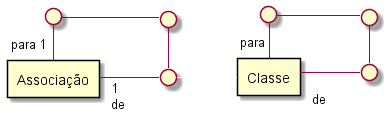
kyriosdata/oo keeps this PlantUML diagram as Imagens/modelos-07/mod07ima20/mod07ima20.png. Above is the earlier version. Source of this version:
```plantuml
@startuml mod07ima20
skinparam linetype ortho
rectangle "Associação" as ass
circle " " as p1
circle " " as p2
circle " " as p3
left to right direction

ass "para 1"-left- p1
p1 -down- p2
p2 -right- p3
p3 -up-" 1 \n de" ass

rectangle "Classe" as cl
circle " " as p4
circle " " as p5
circle " " as p6
left to right direction

cl "para"-left- p4
p4 -down- p5
p5 -right- p6
p6 -up-" \n de" cl

p3 -[#White]- cl
@enduml
```
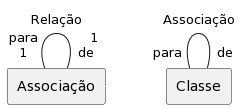
Above is the later version.

Change to the diagram source:
```diff
@@ -1,26 +1,9 @@
-@startuml mod07ima20
-skinparam linetype ortho
+@startuml
 rectangle "Associação" as ass
-circle " " as p1
-circle " " as p2
-circle " " as p3
 left to right direction
-
-ass "para 1"-left- p1
-p1 -down- p2
-p2 -right- p3
-p3 -up-" 1 \n de" ass
-
+ass "para\n1"--- "    1\nde" ass : Relação
 rectangle "Classe" as cl
-circle " " as p4
-circle " " as p5
-circle " " as p6
 left to right direction
-
-cl "para"-left- p4
-p4 -down- p5
-p5 -right- p6
-p6 -up-" \n de" cl
-
-p3 -[#White]- cl
+cl "para"--- " \n de" cl : Associação
+ass -[#White]- cl
 @enduml
```
